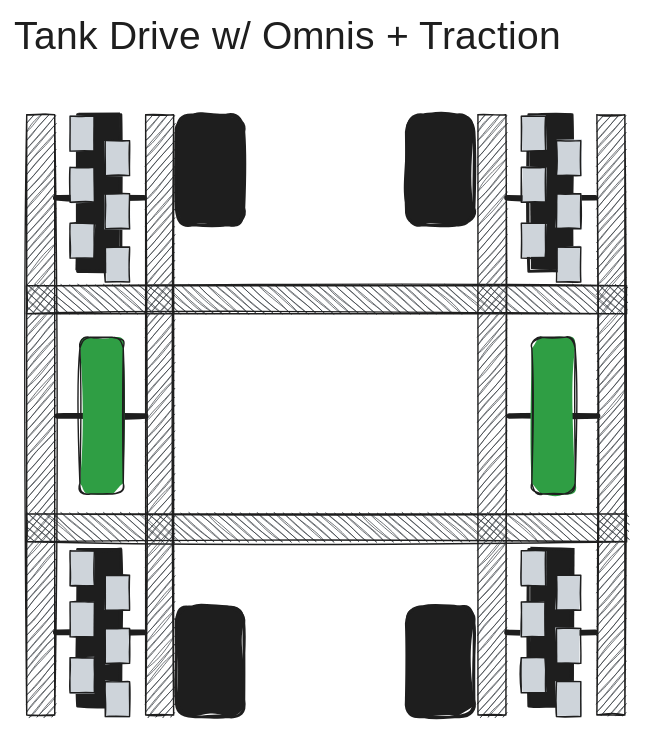
Area-53-Robotics/53D-High-Stakes-Notebook keeps this Excalidraw diagram as entries/drivetrain-1/brainstorm-wheel-types/TankDriveOmnis+Traction.excalidraw.svg. Above is the earlier version. Source tidied: one line per element, renumbered; positions are measured from the earlier drawing's top-left corner, leaving out a move shared by most shapes. Source of this version:
```json
{"id": 0, "type": "rectangle", "strokeColor": "#1e1e1e", "angle": 4.71, "backgroundColor": "#343a40", "fillStyle": "hachure", "strokeWidth": 1, "roughness": 1, "x": 213, "y": 163, "width": 20, "height": 429}
{"id": 1, "type": "rectangle", "strokeColor": "#1e1e1e", "angle": 4.71, "backgroundColor": "#343a40", "fillStyle": "hachure", "strokeWidth": 1, "roughness": 1, "x": 213, "y": 0, "width": 20, "height": 429}
{"id": 2, "type": "rectangle", "strokeColor": "#1e1e1e", "backgroundColor": "#343a40", "fillStyle": "hachure", "strokeWidth": 1, "roughness": 1, "x": 9, "y": 82, "width": 20, "height": 429}
{"id": 3, "type": "rectangle", "strokeColor": "#1e1e1e", "backgroundColor": "#343a40", "fillStyle": "hachure", "strokeWidth": 1, "roughness": 1, "x": 94, "y": 82, "width": 20, "height": 429}
{"id": 4, "type": "line", "strokeColor": "#1e1e1e", "backgroundColor": "#ced4da", "fillStyle": "solid", "strokeWidth": 4, "roughness": 1, "x": 30, "y": 142, "width": 63, "height": 0, "points": [[0, 0], [63, 0]]}
{"id": 5, "type": "rectangle", "strokeColor": "#1e1e1e", "backgroundColor": "#1e1e1e", "fillStyle": "solid", "strokeWidth": 2, "roughness": 1, "x": 45, "y": 82, "width": 31, "height": 112}
{"id": 6, "type": "rectangle", "strokeColor": "#1e1e1e", "backgroundColor": "#ced4da", "fillStyle": "solid", "strokeWidth": 1, "roughness": 1, "x": 40, "y": 83, "width": 17, "height": 25}
{"id": 7, "type": "rectangle", "strokeColor": "#1e1e1e", "backgroundColor": "#ced4da", "fillStyle": "solid", "strokeWidth": 1, "roughness": 1, "x": 65, "y": 101, "width": 17, "height": 25}
{"id": 8, "type": "rectangle", "strokeColor": "#1e1e1e", "backgroundColor": "#ced4da", "fillStyle": "solid", "strokeWidth": 1, "roughness": 1, "x": 40, "y": 120, "width": 17, "height": 25}
{"id": 9, "type": "rectangle", "strokeColor": "#1e1e1e", "backgroundColor": "#ced4da", "fillStyle": "solid", "strokeWidth": 1, "roughness": 1, "x": 65, "y": 139, "width": 17, "height": 25}
{"id": 10, "type": "rectangle", "strokeColor": "#1e1e1e", "backgroundColor": "#ced4da", "fillStyle": "solid", "strokeWidth": 1, "roughness": 1, "x": 40, "y": 160, "width": 17, "height": 25}
{"id": 11, "type": "rectangle", "strokeColor": "#1e1e1e", "backgroundColor": "#ced4da", "fillStyle": "solid", "strokeWidth": 1, "roughness": 1, "x": 65, "y": 177, "width": 17, "height": 25}
{"id": 12, "type": "line", "strokeColor": "#1e1e1e", "backgroundColor": "#ced4da", "fillStyle": "solid", "strokeWidth": 4, "roughness": 1, "x": 30, "y": 452, "width": 63, "height": 0, "points": [[0, 0], [63, 0]]}
{"id": 13, "type": "rectangle", "strokeColor": "#1e1e1e", "backgroundColor": "#1e1e1e", "fillStyle": "solid", "strokeWidth": 2, "roughness": 1, "x": 45, "y": 393, "width": 31, "height": 112}
{"id": 14, "type": "rectangle", "strokeColor": "#1e1e1e", "backgroundColor": "#ced4da", "fillStyle": "solid", "strokeWidth": 1, "roughness": 1, "x": 40, "y": 394, "width": 17, "height": 25}
{"id": 15, "type": "rectangle", "strokeColor": "#1e1e1e", "backgroundColor": "#ced4da", "fillStyle": "solid", "strokeWidth": 1, "roughness": 1, "x": 65, "y": 411, "width": 17, "height": 25}
{"id": 16, "type": "rectangle", "strokeColor": "#1e1e1e", "backgroundColor": "#ced4da", "fillStyle": "solid", "strokeWidth": 1, "roughness": 1, "x": 40, "y": 430, "width": 17, "height": 25}
{"id": 17, "type": "rectangle", "strokeColor": "#1e1e1e", "backgroundColor": "#ced4da", "fillStyle": "solid", "strokeWidth": 1, "roughness": 1, "x": 65, "y": 449, "width": 17, "height": 25}
{"id": 18, "type": "rectangle", "strokeColor": "#1e1e1e", "backgroundColor": "#ced4da", "fillStyle": "solid", "strokeWidth": 1, "roughness": 1, "x": 40, "y": 470, "width": 17, "height": 25}
{"id": 19, "type": "rectangle", "strokeColor": "#1e1e1e", "backgroundColor": "#ced4da", "fillStyle": "solid", "strokeWidth": 1, "roughness": 1, "x": 65, "y": 487, "width": 17, "height": 25}
{"id": 20, "type": "rectangle", "strokeColor": "#1e1e1e", "backgroundColor": "#343a40", "fillStyle": "hachure", "strokeWidth": 1, "roughness": 1, "x": 332, "y": 82, "width": 20, "height": 429}
{"id": 21, "type": "rectangle", "strokeColor": "#1e1e1e", "backgroundColor": "#343a40", "fillStyle": "hachure", "strokeWidth": 1, "roughness": 1, "x": 417, "y": 82, "width": 20, "height": 429}
{"id": 22, "type": "line", "strokeColor": "#1e1e1e", "backgroundColor": "#ced4da", "fillStyle": "solid", "strokeWidth": 4, "roughness": 1, "x": 352, "y": 142, "width": 63, "height": 0, "points": [[0, 0], [63, 0]]}
{"id": 23, "type": "rectangle", "strokeColor": "#1e1e1e", "backgroundColor": "#1e1e1e", "fillStyle": "solid", "strokeWidth": 2, "roughness": 1, "x": 368, "y": 82, "width": 31, "height": 112}
{"id": 24, "type": "rectangle", "strokeColor": "#1e1e1e", "backgroundColor": "#ced4da", "fillStyle": "solid", "strokeWidth": 1, "roughness": 1, "x": 363, "y": 83, "width": 17, "height": 25}
{"id": 25, "type": "rectangle", "strokeColor": "#1e1e1e", "backgroundColor": "#ced4da", "fillStyle": "solid", "strokeWidth": 1, "roughness": 1, "x": 388, "y": 101, "width": 17, "height": 25}
{"id": 26, "type": "rectangle", "strokeColor": "#1e1e1e", "backgroundColor": "#ced4da", "fillStyle": "solid", "strokeWidth": 1, "roughness": 1, "x": 363, "y": 120, "width": 17, "height": 25}
{"id": 27, "type": "rectangle", "strokeColor": "#1e1e1e", "backgroundColor": "#ced4da", "fillStyle": "solid", "strokeWidth": 1, "roughness": 1, "x": 388, "y": 139, "width": 17, "height": 25}
{"id": 28, "type": "rectangle", "strokeColor": "#1e1e1e", "backgroundColor": "#ced4da", "fillStyle": "solid", "strokeWidth": 1, "roughness": 1, "x": 363, "y": 160, "width": 17, "height": 25}
{"id": 29, "type": "rectangle", "strokeColor": "#1e1e1e", "backgroundColor": "#ced4da", "fillStyle": "solid", "strokeWidth": 1, "roughness": 1, "x": 388, "y": 177, "width": 17, "height": 25}
{"id": 30, "type": "line", "strokeColor": "#1e1e1e", "backgroundColor": "#ced4da", "fillStyle": "solid", "strokeWidth": 4, "roughness": 1, "x": 352, "y": 452, "width": 63, "height": 0, "points": [[0, 0], [63, 0]]}
{"id": 31, "type": "rectangle", "strokeColor": "#1e1e1e", "backgroundColor": "#1e1e1e", "fillStyle": "solid", "strokeWidth": 2, "roughness": 1, "x": 368, "y": 393, "width": 31, "height": 112}
{"id": 32, "type": "rectangle", "strokeColor": "#1e1e1e", "backgroundColor": "#ced4da", "fillStyle": "solid", "strokeWidth": 1, "roughness": 1, "x": 363, "y": 394, "width": 17, "height": 25}
{"id": 33, "type": "rectangle", "strokeColor": "#1e1e1e", "backgroundColor": "#ced4da", "fillStyle": "solid", "strokeWidth": 1, "roughness": 1, "x": 388, "y": 411, "width": 17, "height": 25}
{"id": 34, "type": "rectangle", "strokeColor": "#1e1e1e", "backgroundColor": "#ced4da", "fillStyle": "solid", "strokeWidth": 1, "roughness": 1, "x": 363, "y": 430, "width": 17, "height": 25}
{"id": 35, "type": "rectangle", "strokeColor": "#1e1e1e", "backgroundColor": "#ced4da", "fillStyle": "solid", "strokeWidth": 1, "roughness": 1, "x": 388, "y": 449, "width": 17, "height": 25}
{"id": 36, "type": "rectangle", "strokeColor": "#1e1e1e", "backgroundColor": "#ced4da", "fillStyle": "solid", "strokeWidth": 1, "roughness": 1, "x": 363, "y": 470, "width": 17, "height": 25}
{"id": 37, "type": "rectangle", "strokeColor": "#1e1e1e", "backgroundColor": "#ced4da", "fillStyle": "solid", "strokeWidth": 1, "roughness": 1, "x": 388, "y": 487, "width": 17, "height": 25}
{"id": 38, "type": "text", "text": "Tank Drive w/ Omnis + Traction", "strokeColor": "#1e1e1e", "backgroundColor": "#ced4da", "fillStyle": "solid", "strokeWidth": 4, "roughness": 1, "fontSize": 28, "fontFamily": 1, "x": 0, "y": 10, "width": 447, "height": 35}
{"id": 39, "type": "rectangle", "strokeColor": "#1e1e1e", "angle": 4.71, "backgroundColor": "#1e1e1e", "fillStyle": "solid", "strokeWidth": 2, "roughness": 1, "round": true, "x": 101, "y": 97, "width": 79, "height": 48}
{"id": 40, "type": "rectangle", "strokeColor": "#1e1e1e", "angle": 4.71, "backgroundColor": "#1e1e1e", "fillStyle": "solid", "strokeWidth": 2, "roughness": 1, "round": true, "x": 101, "y": 449, "width": 79, "height": 48}
{"id": 41, "type": "rectangle", "strokeColor": "#1e1e1e", "angle": 4.71, "backgroundColor": "#1e1e1e", "fillStyle": "solid", "strokeWidth": 2, "roughness": 1, "round": true, "x": 265, "y": 97, "width": 79, "height": 48}
{"id": 42, "type": "rectangle", "strokeColor": "#1e1e1e", "angle": 4.71, "backgroundColor": "#1e1e1e", "fillStyle": "solid", "strokeWidth": 2, "roughness": 1, "round": true, "x": 265, "y": 449, "width": 79, "height": 48}
{"id": 43, "type": "line", "strokeColor": "#1e1e1e", "backgroundColor": "#ced4da", "fillStyle": "solid", "strokeWidth": 4, "roughness": 1, "x": 31, "y": 298, "width": 63, "height": 0, "points": [[0, 0], [63, 0]]}
{"id": 44, "type": "rectangle", "strokeColor": "#1e1e1e", "backgroundColor": "#2f9e44", "fillStyle": "solid", "strokeWidth": 1, "roughness": 1, "round": true, "x": 47, "y": 241, "width": 31, "height": 112}
{"id": 45, "type": "line", "strokeColor": "#1e1e1e", "backgroundColor": "#ced4da", "fillStyle": "solid", "strokeWidth": 4, "roughness": 1, "x": 354, "y": 298, "width": 63, "height": 0, "points": [[0, 0], [63, 0]]}
{"id": 46, "type": "rectangle", "strokeColor": "#1e1e1e", "backgroundColor": "#2f9e44", "fillStyle": "solid", "strokeWidth": 1, "roughness": 1, "round": true, "x": 370, "y": 241, "width": 31, "height": 112}
```
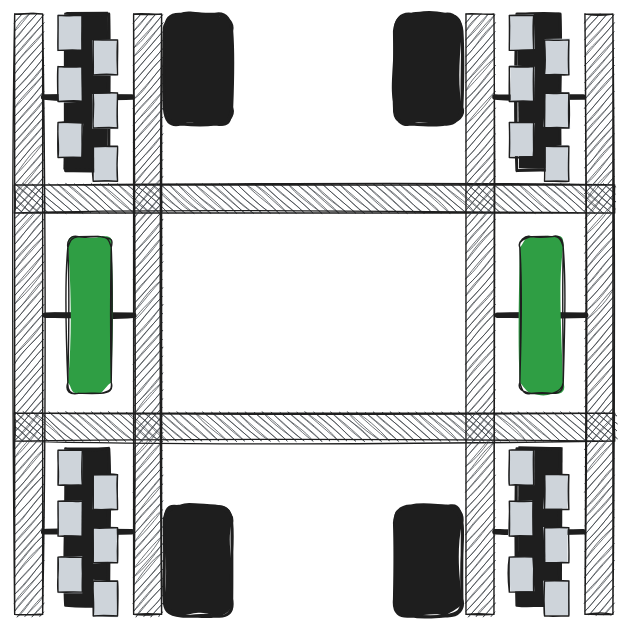
The same file after the commit.

Diff of the diagram source:
```diff
@@ -36,7 +36,6 @@
 {"id": 35, "type": "rectangle", "strokeColor": "#1e1e1e", "backgroundColor": "#ced4da", "fillStyle": "solid", "strokeWidth": 1, "roughness": 1, "x": 388, "y": 449, "width": 17, "height": 25}
 {"id": 36, "type": "rectangle", "strokeColor": "#1e1e1e", "backgroundColor": "#ced4da", "fillStyle": "solid", "strokeWidth": 1, "roughness": 1, "x": 363, "y": 470, "width": 17, "height": 25}
 {"id": 37, "type": "rectangle", "strokeColor": "#1e1e1e", "backgroundColor": "#ced4da", "fillStyle": "solid", "strokeWidth": 1, "roughness": 1, "x": 388, "y": 487, "width": 17, "height": 25}
-{"id": 38, "type": "text", "text": "Tank Drive w/ Omnis + Traction", "strokeColor": "#1e1e1e", "backgroundColor": "#ced4da", "fillStyle": "solid", "strokeWidth": 4, "roughness": 1, "fontSize": 28, "fontFamily": 1, "x": 0, "y": 10, "width": 447, "height": 35}
 {"id": 39, "type": "rectangle", "strokeColor": "#1e1e1e", "angle": 4.71, "backgroundColor": "#1e1e1e", "fillStyle": "solid", "strokeWidth": 2, "roughness": 1, "round": true, "x": 101, "y": 97, "width": 79, "height": 48}
 {"id": 40, "type": "rectangle", "strokeColor": "#1e1e1e", "angle": 4.71, "backgroundColor": "#1e1e1e", "fillStyle": "solid", "strokeWidth": 2, "roughness": 1, "round": true, "x": 101, "y": 449, "width": 79, "height": 48}
 {"id": 41, "type": "rectangle", "strokeColor": "#1e1e1e", "angle": 4.71, "backgroundColor": "#1e1e1e", "fillStyle": "solid", "strokeWidth": 2, "roughness": 1, "round": true, "x": 265, "y": 97, "width": 79, "height": 48}
```
